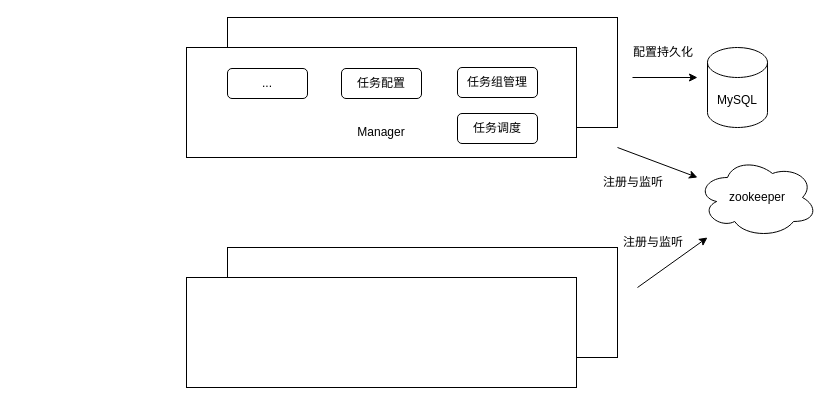
Before: dts/dts-architecture.drawio in believezzd/diagrams, a draw.io diagram. Source tidied: cells renumbered, new cells numbered last; positions are measured from the earlier drawing's top-left corner, leaving out a move shared by most shapes. Both pictures are drawn from the tidied source at 100%, with x=0, y=0 at pixel (186, 17).
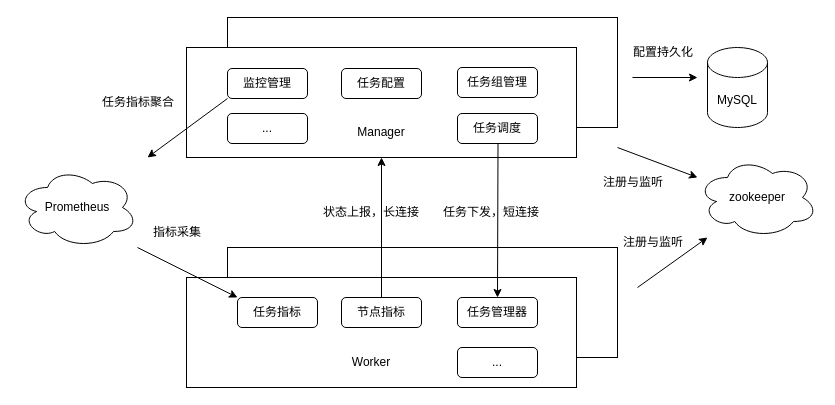
After the change.

Unchanged cells that the change refers to:
```xml
<mxCell id="3" style="rounded=0;whiteSpace=wrap;html=1;" parent="1" vertex="1">
  <mxGeometry y="30" width="390" height="110" as="geometry" />
</mxCell>
```

What changed in the source:
```diff
@@
-    <mxCell id="9" value="..." style="rounded=1;whiteSpace=wrap;html=1;" parent="1" vertex="1">
+    <mxCell id="9" value="监控管理" style="rounded=1;whiteSpace=wrap;html=1;" parent="1" vertex="1">
       <mxGeometry x="41" y="51" width="80" height="30" as="geometry" />
     </mxCell>
@@
+    <mxCell id="19" value="任务指标" style="rounded=1;whiteSpace=wrap;html=1;" parent="1" vertex="1">
+      <mxGeometry x="51" y="280" width="80" height="30" as="geometry" />
+    </mxCell>
+    <mxCell id="20" value="任务管理器" style="rounded=1;whiteSpace=wrap;html=1;" parent="1" vertex="1">
+      <mxGeometry x="271" y="280" width="80" height="30" as="geometry" />
+    </mxCell>
+    <mxCell id="21" style="endArrow=classic;html=1;rounded=0;entryX=0.5;entryY=0;entryDx=0;entryDy=0;" parent="1" edge="1" target="20">
+      <mxGeometry relative="1" as="geometry">
+        <mxPoint x="311.5" y="126" as="sourcePoint" />
+      </mxGeometry>
+    </mxCell>
+    <mxCell id="22" value="节点指标" style="rounded=1;whiteSpace=wrap;html=1;" parent="1" vertex="1">
+      <mxGeometry x="155" y="280" width="80" height="30" as="geometry" />
+    </mxCell>
+    <mxCell id="23" value="Worker" style="text;html=1;strokeColor=none;fillColor=none;align=center;verticalAlign=middle;whiteSpace=wrap;rounded=0;" parent="1" vertex="1">
+      <mxGeometry x="155" y="330" width="60" height="30" as="geometry" />
+    </mxCell>
+    <mxCell id="24" style="endArrow=none;html=1;rounded=0;startArrow=classic;startFill=1;endFill=0;entryX=0.5;entryY=0;entryDx=0;entryDy=0;exitX=0.5;exitY=1;exitDx=0;exitDy=0;" parent="1" edge="1" source="3" target="22">
+      <mxGeometry relative="1" as="geometry" />
+    </mxCell>
+    <mxCell id="25" value="任务下发，短连接" style="text;strokeColor=none;fillColor=none;align=left;verticalAlign=middle;spacingLeft=4;spacingRight=4;overflow=hidden;whiteSpace=wrap;html=1;" parent="1" vertex="1">
+      <mxGeometry x="251" y="180" width="130" height="30" as="geometry" />
+    </mxCell>
+    <mxCell id="26" value="状态上报，长连接" style="text;strokeColor=none;fillColor=none;align=left;verticalAlign=middle;spacingLeft=4;spacingRight=4;overflow=hidden;whiteSpace=wrap;html=1;" parent="1" vertex="1">
+      <mxGeometry x="131" y="180" width="130" height="30" as="geometry" />
+    </mxCell>
+    <mxCell id="27" value="Prometheus" style="ellipse;shape=cloud;whiteSpace=wrap;html=1;" parent="1" vertex="1">
+      <mxGeometry x="-169" y="150" width="120" height="80" as="geometry" />
+    </mxCell>
+    <mxCell id="28" style="endArrow=classic;html=1;rounded=0;entryX=0;entryY=0;entryDx=0;entryDy=0;" parent="1" edge="1" target="19">
+      <mxGeometry relative="1" as="geometry">
+        <mxPoint x="-49" y="230" as="sourcePoint" />
+      </mxGeometry>
+    </mxCell>
+    <mxCell id="29" value="指标采集" style="text;strokeColor=none;fillColor=none;align=left;verticalAlign=middle;spacingLeft=4;spacingRight=4;overflow=hidden;whiteSpace=wrap;html=1;" parent="1" vertex="1">
+      <mxGeometry x="-39" y="200" width="80" height="30" as="geometry" />
+    </mxCell>
+    <mxCell id="30" style="endArrow=none;html=1;rounded=0;entryX=0;entryY=1;entryDx=0;entryDy=0;startArrow=classic;startFill=1;endFill=0;" parent="1" edge="1" target="9">
+      <mxGeometry relative="1" as="geometry">
+        <mxPoint x="-39" y="140" as="sourcePoint" />
+      </mxGeometry>
+    </mxCell>
+    <mxCell id="31" value="..." style="rounded=1;whiteSpace=wrap;html=1;" parent="1" vertex="1">
+      <mxGeometry x="271" y="330" width="80" height="30" as="geometry" />
+    </mxCell>
+    <mxCell id="32" value="任务指标聚合" style="text;strokeColor=none;fillColor=none;align=left;verticalAlign=middle;spacingLeft=4;spacingRight=4;overflow=hidden;whiteSpace=wrap;html=1;" parent="1" vertex="1">
+      <mxGeometry x="-90" y="70" width="90" height="30" as="geometry" />
+    </mxCell>
+    <mxCell id="33" value="..." style="rounded=1;whiteSpace=wrap;html=1;" parent="1" vertex="1">
+      <mxGeometry x="41" y="96" width="80" height="30" as="geometry" />
+    </mxCell>
```
